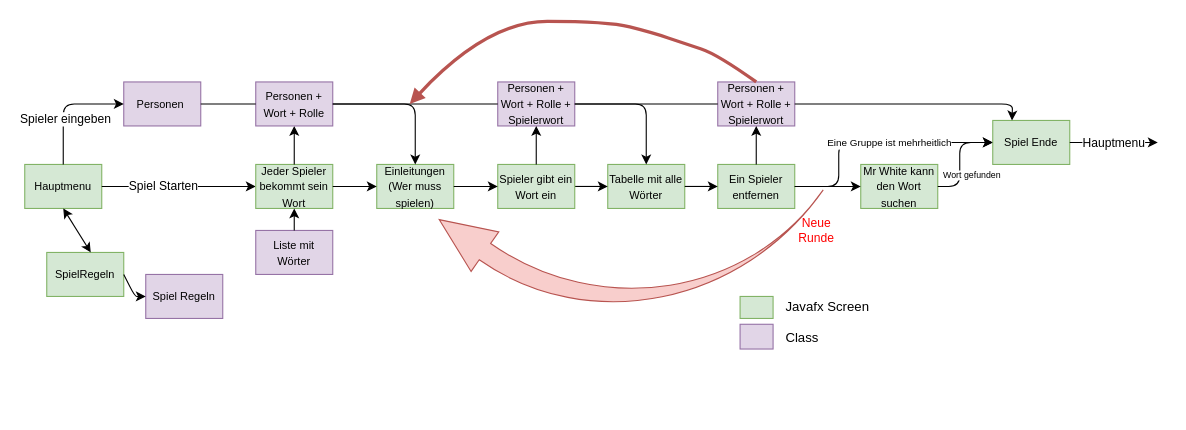
This is Documentation/KlassenDiagramm.drawio from MatisGourdes/Project-undercover-2020, a draw.io file, before an edit. Source tidied: cells renumbered, new cells numbered last; positions are measured from the earlier drawing's top-left corner, leaving out a move shared by most shapes. Both pictures are drawn from the tidied source at 110%, with x=0, y=0 at pixel (24, 21).
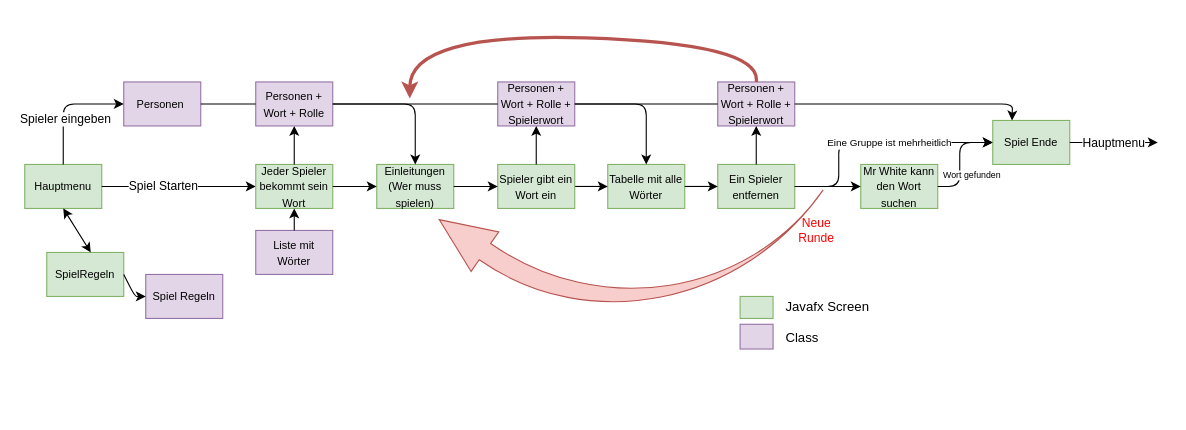
The same page after the edit.

The change refers to these unchanged cells:
```xml
<mxCell id="33" value="&lt;font size=&quot;1&quot;&gt;Personen + Wort + Rolle + Spielerwort&lt;/font&gt;" style="rounded=0;whiteSpace=wrap;html=1;fillColor=#e1d5e7;strokeColor=#9673a6;" parent="1" vertex="1">
  <mxGeometry x="630" y="55" width="70" height="40" as="geometry" />
</mxCell>
```

What changed in the source:
```diff
@@
-    <mxCell id="48" style="curved=1;endArrow=block;html=1;fontSize=8;exitX=0.5;exitY=0;exitDx=0;exitDy=0;strokeWidth=3;startArrow=none;startFill=0;endFill=1;fillColor=#f8cecc;strokeColor=#b85450;" parent="1" edge="1" source="33">
-      <mxGeometry relative="1" as="geometry">
-        <mxPoint x="350" y="75" as="targetPoint" />
-        <Array as="points">
-          <mxPoint x="630" y="30" />
-          <mxPoint x="600" y="20" />
-          <mxPoint x="570" y="10" />
-          <mxPoint x="530" />
-          <mxPoint x="420" />
-        </Array>
-      </mxGeometry>
-    </mxCell>
@@
+    <mxCell id="51" style="curved=1;endArrow=classic;html=1;strokeColor=#b85450;strokeWidth=3;fontSize=8;exitX=0.5;exitY=0;exitDx=0;exitDy=0;fillColor=#f8cecc;" parent="1" edge="1" source="33">
+      <mxGeometry relative="1" as="geometry">
+        <mxPoint x="350" y="70" as="targetPoint" />
+        <Array as="points">
+          <mxPoint x="670" y="20" />
+          <mxPoint x="350" y="10" />
+        </Array>
+      </mxGeometry>
+    </mxCell>
```
